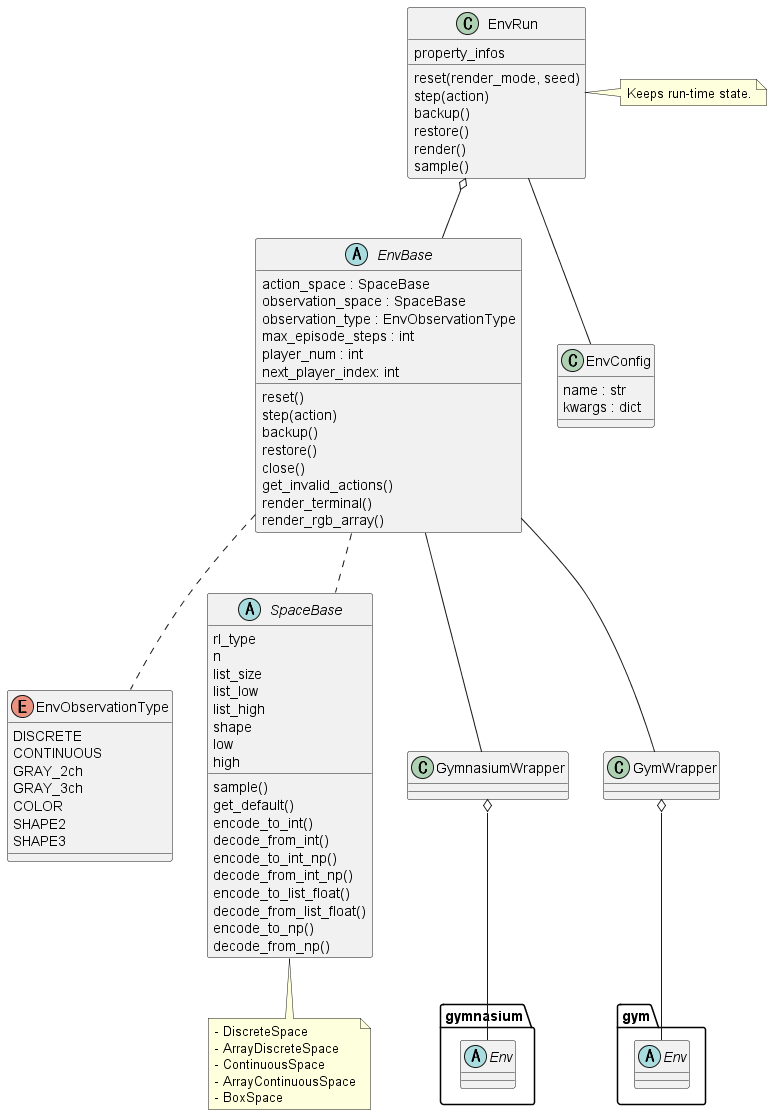
Before: docs/_images/class_env.png, a diagram exported from PlantUML (pocokhc/simple_distributed_rl). Source of this version:
```plantuml
@startuml class_env

enum EnvObservationType {
    DISCRETE
    CONTINUOUS
    GRAY_2ch
    GRAY_3ch
    COLOR
    SHAPE2
    SHAPE3
}


abstract SpaceBase {
    sample()
    get_default()
    rl_type
    n
    encode_to_int()
    decode_from_int()
    encode_to_int_np()
    decode_from_int_np()
    list_size
    list_low
    list_high
    encode_to_list_float()
    decode_from_list_float()
    shape
    low
    high
    encode_to_np()
    decode_from_np()
}


note as SpaceMemo
- DiscreteSpace
- ArrayDiscreteSpace
- ContinuousSpace
- ArrayContinuousSpace
- BoxSpace
end note

SpaceBase <|-- SpaceMemo


abstract EnvBase {
    action_space : SpaceBase
    observation_space : SpaceBase
    observation_type : EnvObservationType
    max_episode_steps : int
    player_num : int
    reset()
    step(action)
    next_player_index: int
    backup()
    restore()
    close()
    get_invalid_actions()
    render_terminal()
    render_rgb_array()
}

EnvBase .. EnvObservationType
EnvBase .. SpaceBase

abstract gymnasium.Env {}
abstract gym.Env {}
class GymnasiumWrapper {}
class GymWrapper {}

GymnasiumWrapper o-- gymnasium.Env
GymWrapper o-- gym.Env
EnvBase -- GymnasiumWrapper
EnvBase -- GymWrapper


class EnvRun {
    reset(render_mode, seed)
    step(action)
    backup()
    restore()
    render()
    sample()
    property_infos
}
EnvRun o-- EnvBase

note "Keeps run-time state." as EnvRunMemo
EnvRun . EnvRunMemo


class EnvConfig {
    name : str
    kwargs : dict
}
EnvRun -- EnvConfig


@enduml
```
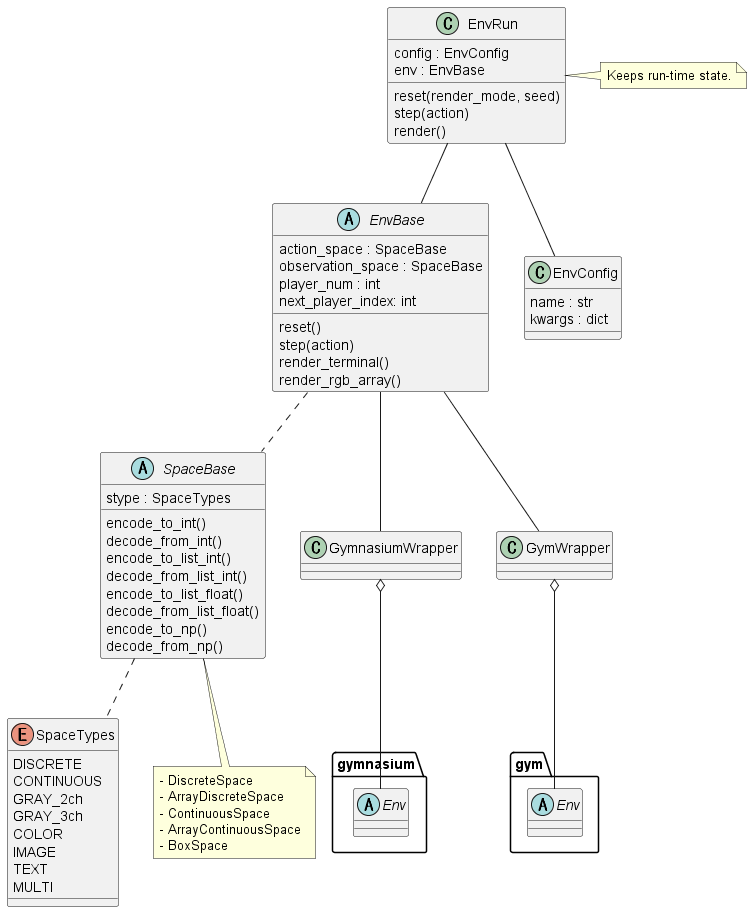
After the change.

The edit, as a diff of the source:
```diff
@@ -1,38 +1,27 @@
 @startuml class_env
 
-enum EnvObservationType {
+enum SpaceTypes {
     DISCRETE
     CONTINUOUS
     GRAY_2ch
     GRAY_3ch
     COLOR
-    SHAPE2
-    SHAPE3
+    IMAGE
+    TEXT
+    MULTI
 }
 
-
 abstract SpaceBase {
-    sample()
-    get_default()
-    rl_type
-    n
+    stype : SpaceTypes
     encode_to_int()
     decode_from_int()
-    encode_to_int_np()
-    decode_from_int_np()
-    list_size
-    list_low
-    list_high
+    encode_to_list_int()
+    decode_from_list_int()
     encode_to_list_float()
     decode_from_list_float()
-    shape
-    low
-    high
     encode_to_np()
     decode_from_np()
 }
-
-
 note as SpaceMemo
 - DiscreteSpace
 - ArrayDiscreteSpace
@@ -40,28 +29,21 @@
 - ArrayContinuousSpace
 - BoxSpace
 end note
-
 SpaceBase <|-- SpaceMemo
 
+SpaceBase .. SpaceTypes
 
 abstract EnvBase {
     action_space : SpaceBase
     observation_space : SpaceBase
-    observation_type : EnvObservationType
-    max_episode_steps : int
     player_num : int
+    next_player_index: int
     reset()
     step(action)
-    next_player_index: int
-    backup()
-    restore()
-    close()
-    get_invalid_actions()
     render_terminal()
     render_rgb_array()
 }
 
-EnvBase .. EnvObservationType
 EnvBase .. SpaceBase
 
 abstract gymnasium.Env {}
@@ -76,15 +58,13 @@
 
 
 class EnvRun {
+    config : EnvConfig
+    env : EnvBase
     reset(render_mode, seed)
     step(action)
-    backup()
-    restore()
     render()
-    sample()
-    property_infos
 }
-EnvRun o-- EnvBase
+EnvRun -- EnvBase
 
 note "Keeps run-time state." as EnvRunMemo
 EnvRun . EnvRunMemo
```
